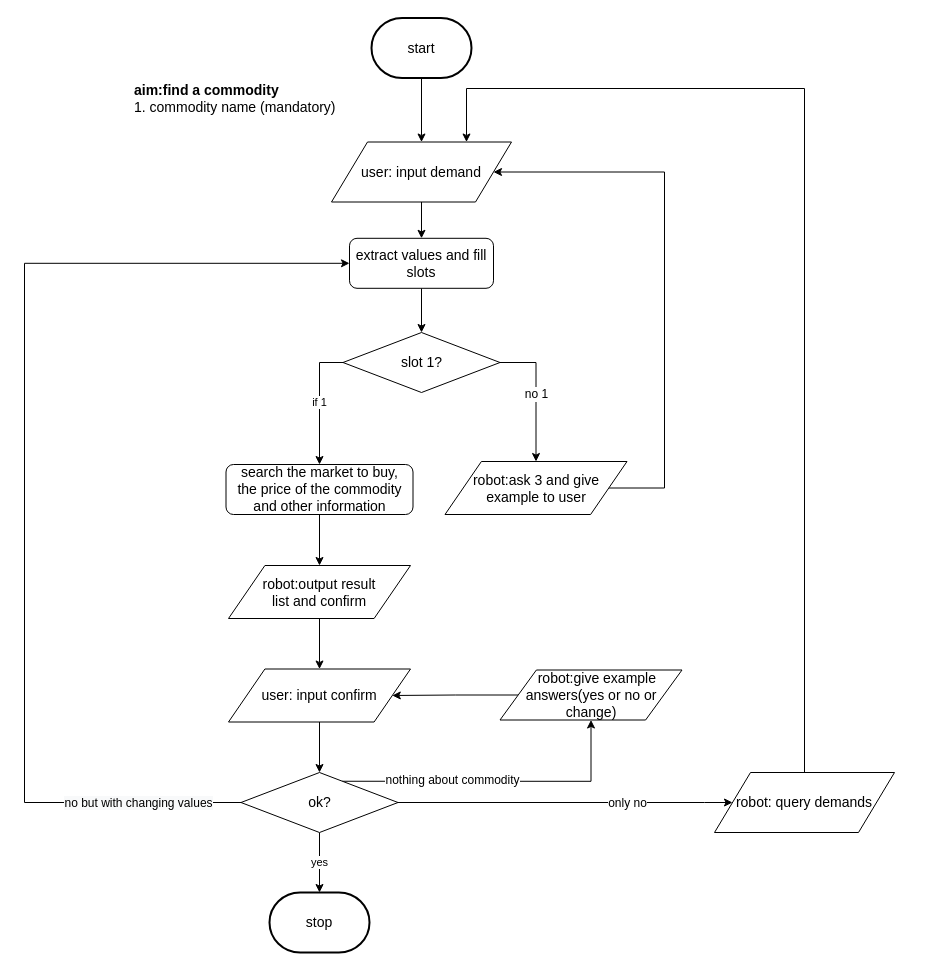
This is flow_diagram/shopping.drawio from ricosr/travel_consult_chatbot, a draw.io file, before an edit. Source tidied: cells renumbered, new cells numbered last; positions are measured from the earlier drawing's top-left corner, leaving out a move shared by most shapes. Both pictures are drawn from the tidied source at 100%, with x=0, y=0 at pixel (24, 18).
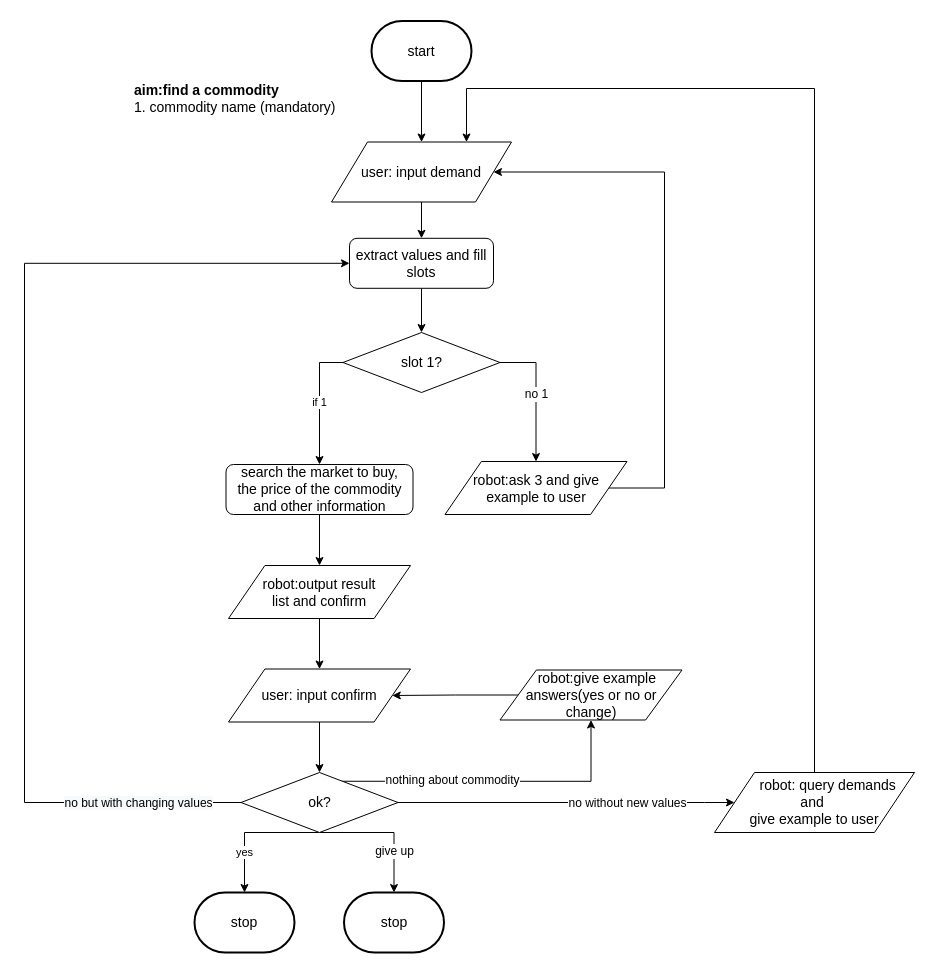
The same diagram, later.

The change refers to these unchanged cells:
```xml
<mxCell id="16" style="edgeStyle=orthogonalEdgeStyle;rounded=0;jettySize=auto;html=1;exitX=1;exitY=0.5;exitDx=0;exitDy=0;entryX=0;entryY=0.5;entryDx=0;entryDy=0;" parent="1" edge="1" source="20" target="24">
  <mxGeometry relative="1" as="geometry">
    <Array as="points">
      <mxPoint x="680" y="784" />
      <mxPoint x="680" y="784" />
    </Array>
  </mxGeometry>
</mxCell>
<mxCell id="20" value="&lt;font style=&quot;font-size: 14px&quot;&gt;ok?&lt;br&gt;&lt;/font&gt;" style="rhombus;whiteSpace=wrap;html=1;" parent="1" vertex="1">
  <mxGeometry x="216.5" y="754" width="157" height="60" as="geometry" />
</mxCell>
<mxCell id="25" value="&lt;span style=&quot;font-size: 14px ; white-space: normal&quot;&gt;user: input demand&lt;/span&gt;" style="shape=parallelogram;perimeter=parallelogramPerimeter;whiteSpace=wrap;html=1;" parent="1" vertex="1">
  <mxGeometry x="307" y="123.5" width="180" height="60" as="geometry" />
</mxCell>
```

Change to the diagram source:
```diff
@@
-    <mxCell id="13" value="yes" style="edgeStyle=orthogonalEdgeStyle;rounded=0;jettySize=auto;html=1;entryX=0.5;entryY=0;entryDx=0;entryDy=0;entryPerimeter=0;" parent="1" edge="1" source="20" target="26">
-      <mxGeometry relative="1" as="geometry">
+    <mxCell id="13" value="yes" style="edgeStyle=orthogonalEdgeStyle;rounded=0;jettySize=auto;html=1;entryX=0.5;entryY=0;entryDx=0;entryDy=0;entryPerimeter=0;exitX=0.5;exitY=1;exitDx=0;exitDy=0;" parent="1" edge="1" source="20" target="26">
+      <mxGeometry x="0.4" relative="1" as="geometry">
         <Array as="points">
-          <mxPoint x="295" y="840" />
-          <mxPoint x="295" y="840" />
+          <mxPoint x="220" y="814" />
         </Array>
       </mxGeometry>
     </mxCell>
@@
-    <mxCell id="17" value="only no" style="text;html=1;align=center;verticalAlign=middle;labelBackgroundColor=#ffffff;" parent="16" vertex="1">
+    <mxCell id="17" value="no without new values" style="text;html=1;align=center;verticalAlign=middle;labelBackgroundColor=#ffffff;" parent="16" vertex="1">
       <mxGeometry x="-0.97" y="1" relative="1" as="geometry">
         <mxPoint x="224" y="1" as="offset" />
       </mxGeometry>
     </mxCell>
@@
+    <mxCell id="34" style="edgeStyle=orthogonalEdgeStyle;rounded=0;jettySize=auto;html=1;exitX=0.5;exitY=1;exitDx=0;exitDy=0;entryX=0.5;entryY=0;entryDx=0;entryDy=0;entryPerimeter=0;" parent="1" edge="1" source="20" target="36">
+      <mxGeometry relative="1" as="geometry">
+        <Array as="points">
+          <mxPoint x="370" y="814" />
+          <mxPoint x="370" y="874" />
+        </Array>
+      </mxGeometry>
+    </mxCell>
+    <mxCell id="35" value="give up" style="text;html=1;align=center;verticalAlign=middle;labelBackgroundColor=#ffffff;" parent="34" vertex="1">
+      <mxGeometry x="0.11" y="-18" relative="1" as="geometry">
+        <mxPoint x="18" y="18" as="offset" />
+      </mxGeometry>
+    </mxCell>
@@
     <mxCell id="22" value="&lt;span style=&quot;font-size: 14px&quot;&gt;start&lt;/span&gt;" style="strokeWidth=2;html=1;shape=mxgraph.flowchart.terminator;whiteSpace=wrap;" parent="1" vertex="1">
-      <mxGeometry x="347" y="-0.5" width="100" height="60" as="geometry" />
+      <mxGeometry x="347" y="2.5" width="100" height="60" as="geometry" />
     </mxCell>
     <mxCell id="23" style="edgeStyle=orthogonalEdgeStyle;rounded=0;jettySize=auto;html=1;exitX=0.5;exitY=0;exitDx=0;exitDy=0;entryX=0.75;entryY=0;entryDx=0;entryDy=0;" parent="1" edge="1" source="24" target="25">
       <mxGeometry relative="1" as="geometry">
         <Array as="points">
-          <mxPoint x="780" y="70" />
+          <mxPoint x="790" y="70" />
           <mxPoint x="442" y="70" />
         </Array>
       </mxGeometry>
     </mxCell>
-    <mxCell id="24" value="&lt;span style=&quot;font-size: 14px ; white-space: normal&quot;&gt;robot: query demands&lt;/span&gt;" style="shape=parallelogram;perimeter=parallelogramPerimeter;whiteSpace=wrap;html=1;" parent="1" vertex="1">
-      <mxGeometry x="690" y="754" width="180" height="60" as="geometry" />
+    <mxCell id="24" value="&lt;span style=&quot;font-size: 14px&quot;&gt;&amp;nbsp; &amp;nbsp; &amp;nbsp; &amp;nbsp; robot: query demands&amp;nbsp;&lt;/span&gt;&lt;br style=&quot;font-size: 14px&quot;&gt;&lt;span style=&quot;font-size: 14px&quot;&gt;and&amp;nbsp;&lt;/span&gt;&lt;br style=&quot;font-size: 14px&quot;&gt;&lt;span style=&quot;font-size: 14px&quot;&gt;give example to user&lt;/span&gt;" style="shape=parallelogram;perimeter=parallelogramPerimeter;whiteSpace=wrap;html=1;" parent="1" vertex="1">
+      <mxGeometry x="690" y="754" width="200" height="60" as="geometry" />
     </mxCell>
@@
     <mxCell id="26" value="&lt;font style=&quot;font-size: 14px&quot;&gt;stop&lt;/font&gt;" style="strokeWidth=2;html=1;shape=mxgraph.flowchart.terminator;whiteSpace=wrap;" parent="1" vertex="1">
-      <mxGeometry x="245" y="874" width="100" height="60" as="geometry" />
+      <mxGeometry x="170" y="874" width="100" height="60" as="geometry" />
     </mxCell>
@@
+    <mxCell id="36" value="&lt;font style=&quot;font-size: 14px&quot;&gt;stop&lt;/font&gt;" style="strokeWidth=2;html=1;shape=mxgraph.flowchart.terminator;whiteSpace=wrap;" parent="1" vertex="1">
+      <mxGeometry x="319.5" y="874" width="100" height="60" as="geometry" />
+    </mxCell>
```
